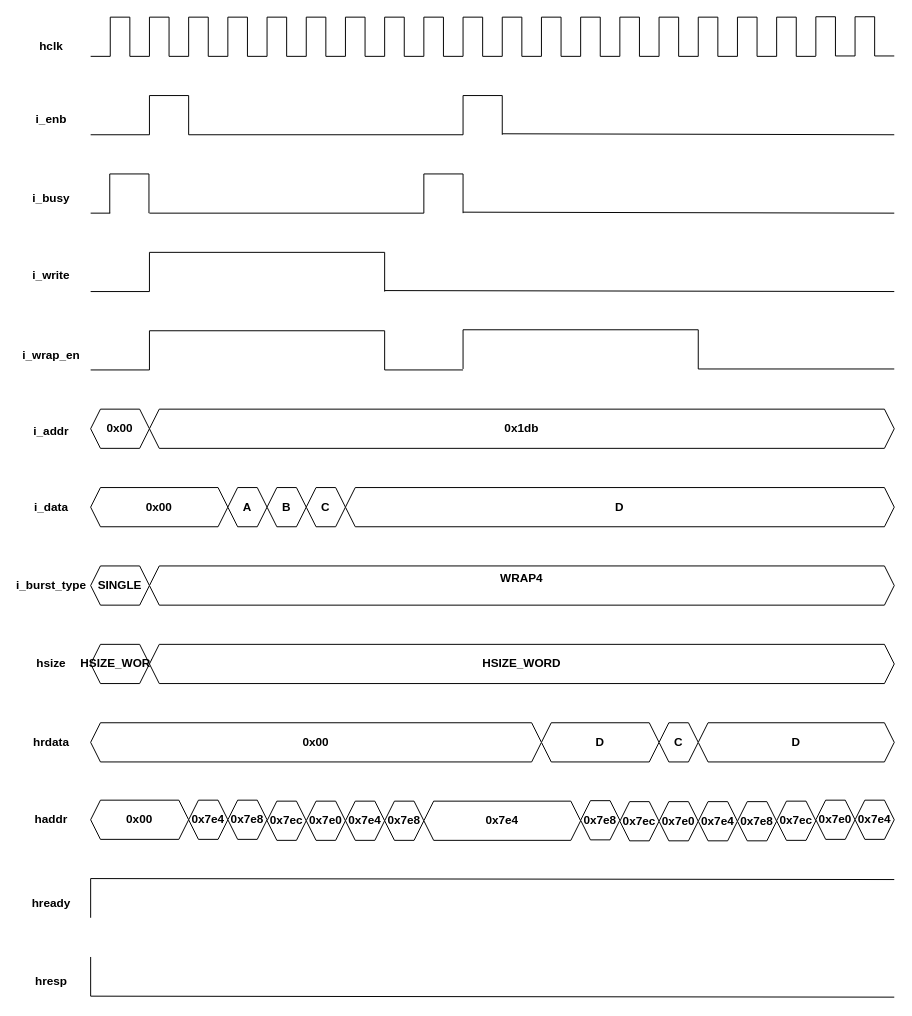
Before: page "WRAP4" (16 of 18) of AMBA AHB.drawio in 106210049/AMBA-AHB, a draw.io diagram. Source tidied: cells renumbered, new cells numbered last; positions are measured from the earlier drawing's top-left corner, leaving out a move shared by most shapes. Both pictures are drawn from the tidied source at 98%, with x=0, y=0 at pixel (22, 17).
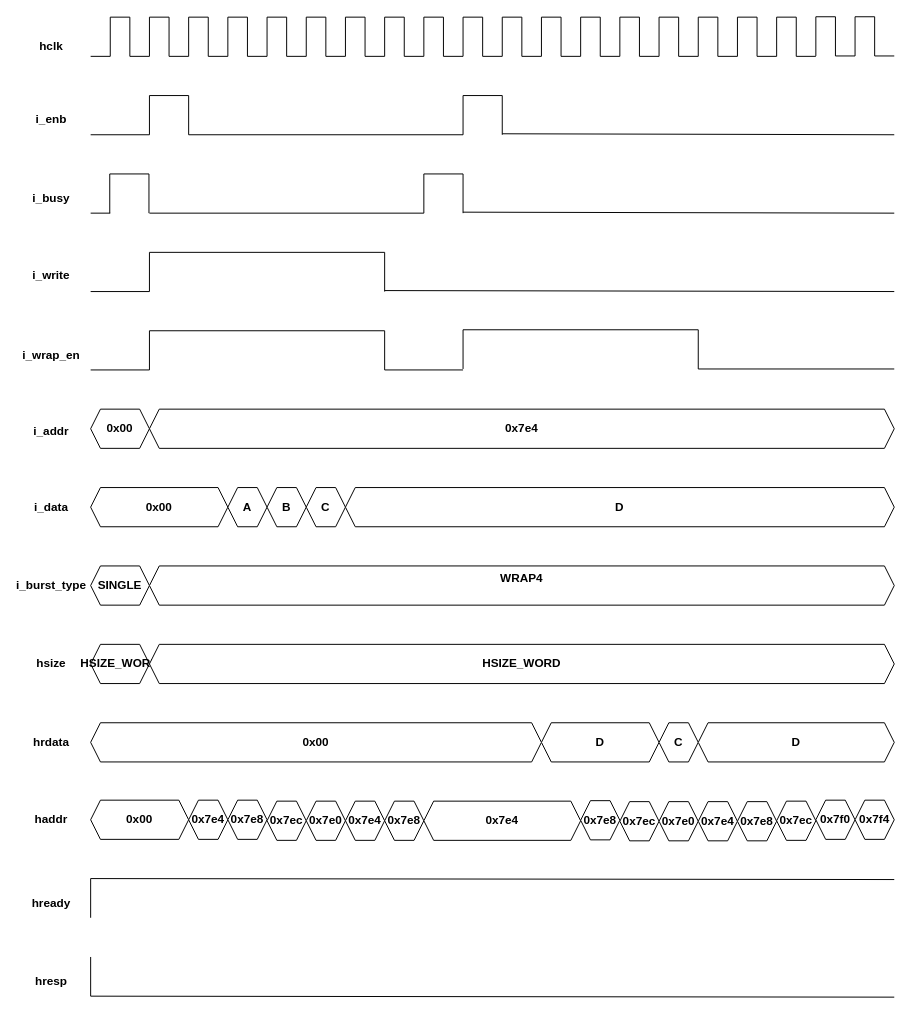
Above is the later version.

Diff of the diagram source:
```diff
@@
-    <mxCell id="83" value="&lt;div&gt;0x1db&lt;/div&gt;" style="shape=hexagon;perimeter=hexagonPerimeter2;whiteSpace=wrap;html=1;shapeInside=1;fixedSize=1;size=10;fontStyle=1;" parent="1" vertex="1">
+    <mxCell id="83" value="0x7e4" style="shape=hexagon;perimeter=hexagonPerimeter2;whiteSpace=wrap;html=1;shapeInside=1;fixedSize=1;size=10;fontStyle=1;" parent="1" vertex="1">
       <mxGeometry x="130" y="400" width="760" height="40" as="geometry" />
     </mxCell>
@@
-    <mxCell id="161" value="&lt;div&gt;0x7e0&lt;/div&gt;" style="shape=hexagon;perimeter=hexagonPerimeter2;whiteSpace=wrap;html=1;shapeInside=1;fixedSize=1;size=10;fontStyle=1;" parent="1" vertex="1">
+    <mxCell id="161" value="&lt;div&gt;0x7f0&lt;/div&gt;" style="shape=hexagon;perimeter=hexagonPerimeter2;whiteSpace=wrap;html=1;shapeInside=1;fixedSize=1;size=10;fontStyle=1;" parent="1" vertex="1">
       <mxGeometry x="810" y="799" width="40" height="40" as="geometry" />
     </mxCell>
-    <mxCell id="162" value="&lt;div style=&quot;&quot;&gt;0x7e4&lt;/div&gt;" style="shape=hexagon;perimeter=hexagonPerimeter2;whiteSpace=wrap;html=1;shapeInside=1;fixedSize=1;size=10;fontStyle=1;" parent="1" vertex="1">
+    <mxCell id="162" value="&lt;div style=&quot;&quot;&gt;0x7f4&lt;/div&gt;" style="shape=hexagon;perimeter=hexagonPerimeter2;whiteSpace=wrap;html=1;shapeInside=1;fixedSize=1;size=10;fontStyle=1;" parent="1" vertex="1">
       <mxGeometry x="850" y="799" width="40" height="40" as="geometry" />
     </mxCell>
```
